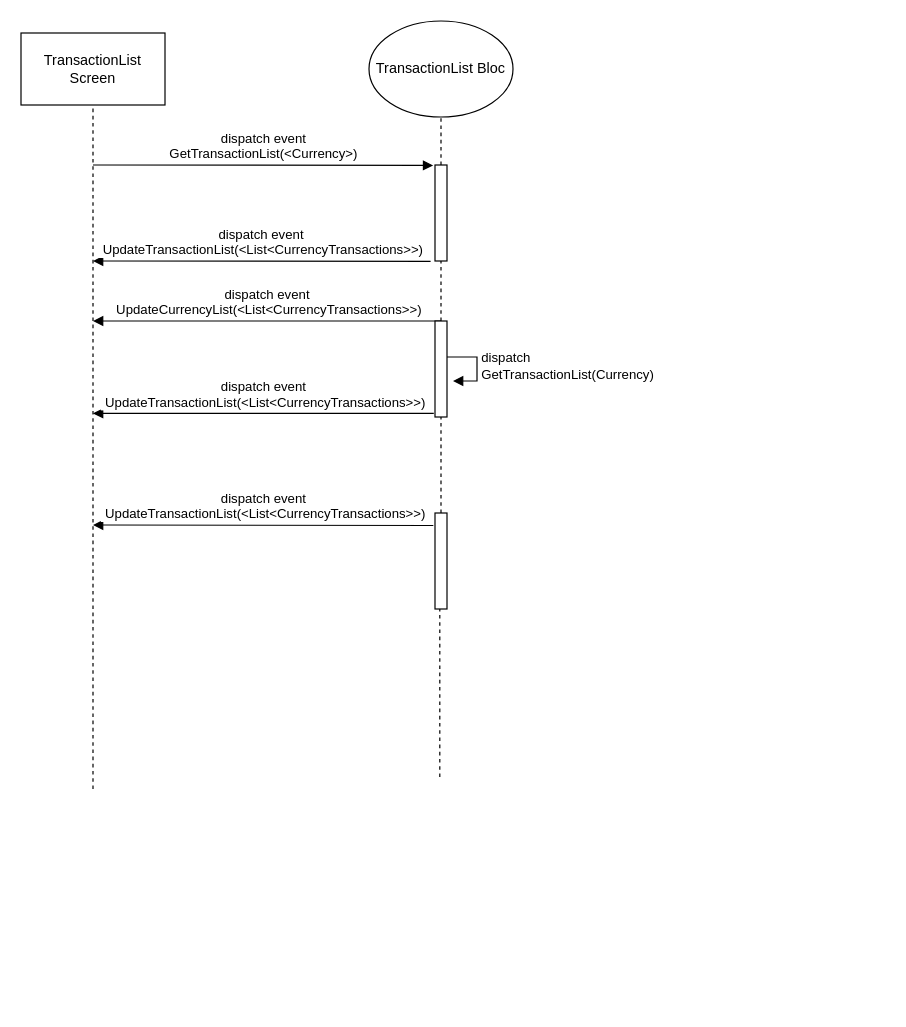
Before: TransactionListScreen_Diagram.drawio in TzuHanLiang/flutter, a draw.io diagram. Source tidied: cells renumbered, new cells numbered last; positions are measured from the earlier drawing's top-left corner, leaving out a move shared by most shapes. Both pictures are drawn from the tidied source at 120%, with x=0, y=0 at pixel (20, 20).
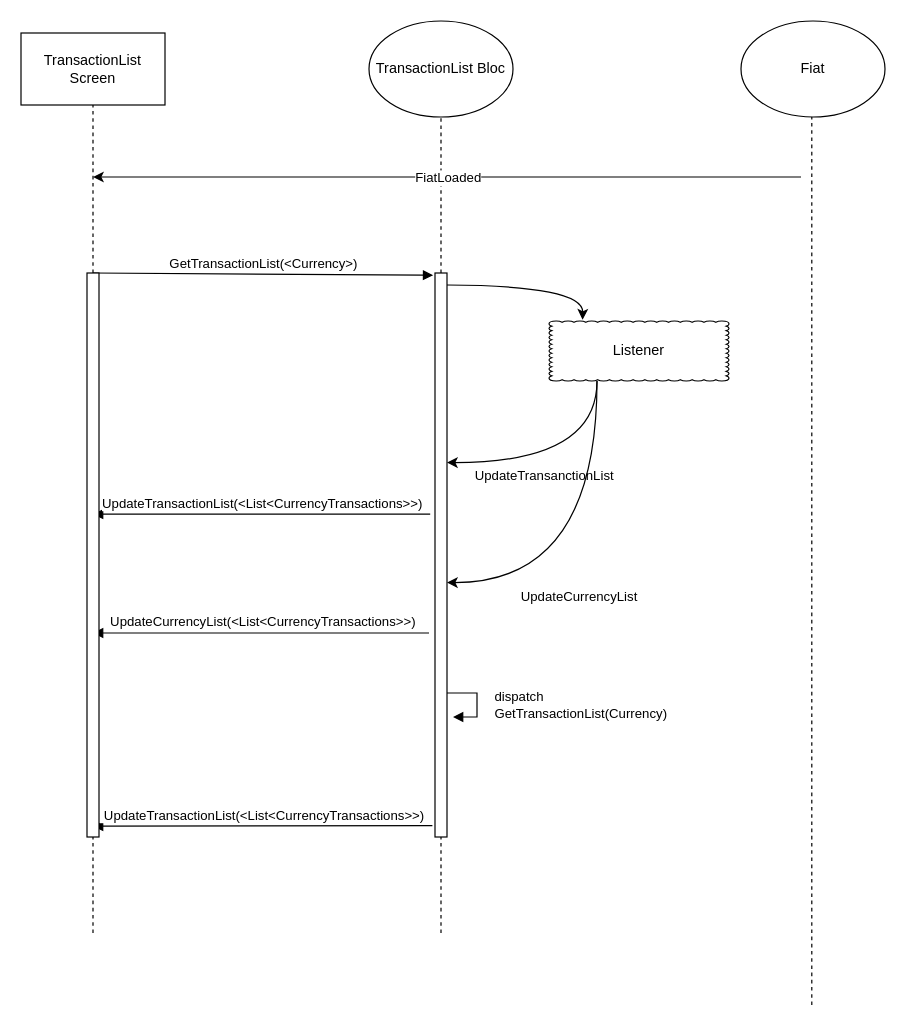
The same page after the edit.

The change refers to these unchanged cells:
```xml
<mxCell id="2" value="TransactionList Screen" style="rounded=0;whiteSpace=wrap;html=1;" parent="1" vertex="1">
  <mxGeometry y="10" width="120" height="60" as="geometry" />
</mxCell>
```

What changed in the source:
```diff
@@
-    <mxCell id="4" style="endArrow=none;dashed=1;html=1;entryX=0.5;entryY=1;entryDx=0;entryDy=0;" parent="1" edge="1" target="2">
-      <mxGeometry relative="1" as="geometry">
-        <mxPoint x="60" y="640" as="sourcePoint" />
-      </mxGeometry>
+    <mxCell id="4" style="endArrow=none;dashed=1;html=1;entryX=0.5;entryY=1;entryDx=0;entryDy=0;" parent="1" edge="1" source="28" target="2">
+      <mxGeometry relative="1" as="geometry" />
     </mxCell>
@@
+    <mxCell id="18" value="Fiat" style="ellipse;whiteSpace=wrap;html=1;" parent="1" vertex="1">
+      <mxGeometry x="600" width="120" height="80" as="geometry" />
+    </mxCell>
+    <mxCell id="19" style="endArrow=none;dashed=1;html=1;entryX=0.5;entryY=1;entryDx=0;entryDy=0;" parent="1" edge="1">
+      <mxGeometry relative="1" as="geometry">
+        <mxPoint x="659" y="820" as="sourcePoint" />
+        <mxPoint x="659" y="80" as="targetPoint" />
+      </mxGeometry>
+    </mxCell>
+    <mxCell id="20" style="endArrow=classic;html=1;" parent="1" edge="1">
+      <mxGeometry relative="1" as="geometry">
+        <mxPoint x="650" y="130" as="sourcePoint" />
+        <mxPoint x="60" y="130" as="targetPoint" />
+      </mxGeometry>
+    </mxCell>
+    <mxCell id="21" value="FiatLoaded" style="edgeLabel;html=1;align=center;verticalAlign=middle;" parent="20" vertex="1">
+      <mxGeometry relative="1" as="geometry" />
+    </mxCell>
     <mxCell id="6" style="html=1;points=[];perimeter=orthogonalPerimeter;" parent="1" vertex="1">
-      <mxGeometry x="345" y="120" width="10" height="80" as="geometry" />
+      <mxGeometry x="345" y="210" width="10" height="470" as="geometry" />
     </mxCell>
+    <mxCell id="8" value="GetTransactionList(&amp;lt;Currency&amp;gt;)" style="html=1;verticalAlign=bottom;endArrow=block;entryX=-0.153;entryY=0.004;entryDx=0;entryDy=0;entryPerimeter=0;" parent="1" edge="1" target="6">
+      <mxGeometry x="170" y="350" as="geometry">
+        <mxPoint x="60" y="210" as="sourcePoint" />
+      </mxGeometry>
+    </mxCell>
+    <mxCell id="22" value="Listener" style="whiteSpace=wrap;html=1;shape=mxgraph.basic.cloud_rect;" parent="1" vertex="1">
+      <mxGeometry x="440" y="250" width="150" height="50" as="geometry" />
+    </mxCell>
+    <mxCell id="23" style="endArrow=classic;html=1;entryX=0.42;entryY=-0.02;entryDx=0;entryDy=0;entryPerimeter=0;edgeStyle=orthogonalEdgeStyle;curved=1;" parent="1" edge="1">
+      <mxGeometry x="170" y="350" as="geometry">
+        <mxPoint x="355" y="220" as="sourcePoint" />
+        <mxPoint x="468" y="249" as="targetPoint" />
+      </mxGeometry>
+    </mxCell>
-    <mxCell id="7" style="endArrow=none;dashed=1;html=1;" parent="1" edge="1" source="14" target="6">
-      <mxGeometry relative="1" as="geometry" />
+    <mxCell id="7" style="endArrow=none;dashed=1;html=1;" parent="1" edge="1" target="6">
+      <mxGeometry x="170" y="350" as="geometry">
+        <mxPoint x="350" y="760" as="sourcePoint" />
+      </mxGeometry>
     </mxCell>
-    <mxCell id="8" value="dispatch event&lt;br&gt;GetTransactionList(&amp;lt;Currency&amp;gt;)" style="html=1;verticalAlign=bottom;endArrow=block;entryX=-0.153;entryY=0.004;entryDx=0;entryDy=0;entryPerimeter=0;" parent="1" edge="1" target="6">
-      <mxGeometry relative="1" as="geometry">
-        <mxPoint x="60" y="120" as="sourcePoint" />
-      </mxGeometry>
-    </mxCell>
-    <mxCell id="9" value="dispatch event&lt;br&gt;&amp;nbsp;UpdateTransactionList(&amp;lt;List&amp;lt;CurrencyTransactions&amp;gt;&amp;gt;)" style="html=1;verticalAlign=bottom;endArrow=block;exitX=-0.367;exitY=1.004;exitDx=0;exitDy=0;exitPerimeter=0;" parent="1" edge="1" source="6">
-      <mxGeometry relative="1" as="geometry">
-        <mxPoint x="60" y="200" as="targetPoint" />
+    <mxCell id="9" value="UpdateTransactionList(&amp;lt;List&amp;lt;CurrencyTransactions&amp;gt;&amp;gt;)" style="html=1;verticalAlign=bottom;endArrow=block;" parent="1" edge="1">
+      <mxGeometry x="170" y="580" as="geometry">
+        <mxPoint x="341" y="411" as="sourcePoint" />
+        <mxPoint x="60" y="411" as="targetPoint" />
       </mxGeometry>
     </mxCell>
-    <mxCell id="10" value="dispatch event&lt;br&gt;&amp;nbsp;UpdateTransactionList(&amp;lt;List&amp;lt;CurrencyTransactions&amp;gt;&amp;gt;)" style="html=1;verticalAlign=bottom;endArrow=block;exitX=-0.14;exitY=0.13;exitDx=0;exitDy=0;exitPerimeter=0;" parent="1" edge="1" source="12">
-      <mxGeometry relative="1" as="geometry">
-        <mxPoint x="60" y="420" as="targetPoint" />
-      </mxGeometry>
-    </mxCell>
+    <mxCell id="24" style="endArrow=classic;html=1;exitX=0.5;exitY=1.04;exitDx=0;exitDy=0;exitPerimeter=0;edgeStyle=orthogonalEdgeStyle;curved=1;" parent="1" edge="1">
+      <mxGeometry x="180" y="430" as="geometry">
+        <mxPoint x="480" y="300" as="sourcePoint" />
+        <mxPoint x="355" y="368" as="targetPoint" />
+        <Array as="points">
+          <mxPoint x="480" y="368" />
+        </Array>
+      </mxGeometry>
+    </mxCell>
+    <mxCell id="25" value="UpdateTransanctionList" style="edgeLabel;html=1;align=center;verticalAlign=middle;" parent="24" vertex="1">
+      <mxGeometry relative="1" as="geometry">
+        <mxPoint x="-16" y="10" as="offset" />
+      </mxGeometry>
+    </mxCell>
+    <mxCell id="26" style="endArrow=classic;html=1;edgeStyle=orthogonalEdgeStyle;curved=1;" parent="1" edge="1" source="22">
+      <mxGeometry x="180" y="530" as="geometry">
+        <mxPoint x="355" y="468" as="targetPoint" />
+        <Array as="points">
+          <mxPoint x="480" y="468" />
+        </Array>
+      </mxGeometry>
+    </mxCell>
+    <mxCell id="27" value="UpdateCurrencyList" style="edgeLabel;html=1;align=center;verticalAlign=middle;" parent="26" vertex="1">
+      <mxGeometry relative="1" as="geometry">
+        <mxPoint x="-16" y="32.9" as="offset" />
+      </mxGeometry>
+    </mxCell>
-    <mxCell id="11" value="dispatch event&lt;br&gt;&amp;nbsp;UpdateCurrencyList(&amp;lt;List&amp;lt;CurrencyTransactions&amp;gt;&amp;gt;)" style="html=1;verticalAlign=bottom;endArrow=block;exitX=0.5;exitY=0;exitDx=0;exitDy=0;exitPerimeter=0;" parent="1" edge="1" source="14">
-      <mxGeometry relative="1" as="geometry">
-        <mxPoint x="60" y="250" as="targetPoint" />
+    <mxCell id="11" value="&lt;br&gt;&amp;nbsp;UpdateCurrencyList(&amp;lt;List&amp;lt;CurrencyTransactions&amp;gt;&amp;gt;)" style="html=1;verticalAlign=bottom;endArrow=block;" parent="1" edge="1">
+      <mxGeometry x="170" y="850" as="geometry">
+        <mxPoint x="340" y="510" as="sourcePoint" />
+        <mxPoint x="60" y="510" as="targetPoint" />
       </mxGeometry>
     </mxCell>
-    <mxCell id="12" style="html=1;points=[];perimeter=orthogonalPerimeter;" parent="1" vertex="1">
-      <mxGeometry x="345" y="410" width="10" height="80" as="geometry" />
-    </mxCell>
-    <mxCell id="13" style="endArrow=none;dashed=1;html=1;" parent="1" edge="1" target="12">
-      <mxGeometry relative="1" as="geometry">
-        <mxPoint x="349" y="630" as="sourcePoint" />
-      </mxGeometry>
-    </mxCell>
-    <mxCell id="14" style="html=1;points=[];perimeter=orthogonalPerimeter;" parent="1" vertex="1">
-      <mxGeometry x="345" y="250" width="10" height="80" as="geometry" />
-    </mxCell>
-    <mxCell id="15" style="endArrow=none;dashed=1;html=1;" parent="1" edge="1" source="12" target="14">
-      <mxGeometry relative="1" as="geometry" />
-    </mxCell>
     <mxCell id="16" value="&lt;span style=&quot;text-align: center&quot;&gt;dispatch&lt;/span&gt;&lt;br style=&quot;text-align: center&quot;&gt;&lt;span style=&quot;text-align: center&quot;&gt;GetTransactionList(Currency)&lt;/span&gt;" style="edgeStyle=orthogonalEdgeStyle;html=1;align=left;spacingLeft=2;endArrow=block;rounded=0;entryX=1;entryY=0;" parent="1" edge="1">
-      <mxGeometry relative="1" as="geometry">
-        <mxPoint x="355" y="280" as="sourcePoint" />
-        <mxPoint x="360" y="300" as="targetPoint" />
+      <mxGeometry y="-140" as="geometry">
+        <mxPoint x="355" y="560" as="sourcePoint" />
+        <mxPoint x="360" y="580" as="targetPoint" />
         <Array as="points">
-          <mxPoint x="380" y="280" />
+          <mxPoint x="380" y="560" />
         </Array>
+        <mxPoint x="33" as="offset" />
       </mxGeometry>
     </mxCell>
-    <mxCell id="17" value="dispatch event&lt;br&gt;&amp;nbsp;UpdateTransactionList(&amp;lt;List&amp;lt;CurrencyTransactions&amp;gt;&amp;gt;)" style="html=1;verticalAlign=bottom;endArrow=block;exitX=-0.1;exitY=0.963;exitDx=0;exitDy=0;exitPerimeter=0;" parent="1" edge="1" source="14">
-      <mxGeometry relative="1" as="geometry">
-        <mxPoint x="60" y="327" as="targetPoint" />
+    <mxCell id="17" value="&amp;nbsp;UpdateTransactionList(&amp;lt;List&amp;lt;CurrencyTransactions&amp;gt;&amp;gt;)" style="html=1;verticalAlign=bottom;endArrow=block;exitX=-0.217;exitY=0.98;exitDx=0;exitDy=0;exitPerimeter=0;" parent="1" edge="1" source="6">
+      <mxGeometry x="170" y="850" as="geometry">
+        <mxPoint x="60" y="671" as="targetPoint" />
       </mxGeometry>
     </mxCell>
+    <mxCell id="28" style="html=1;points=[];perimeter=orthogonalPerimeter;" parent="1" vertex="1">
+      <mxGeometry x="55" y="210" width="10" height="470" as="geometry" />
+    </mxCell>
+    <mxCell id="29" style="endArrow=none;dashed=1;html=1;entryX=0.5;entryY=1;entryDx=0;entryDy=0;" parent="1" edge="1" target="28">
+      <mxGeometry relative="1" as="geometry">
+        <mxPoint x="60" y="760" as="sourcePoint" />
+      </mxGeometry>
+    </mxCell>
```
